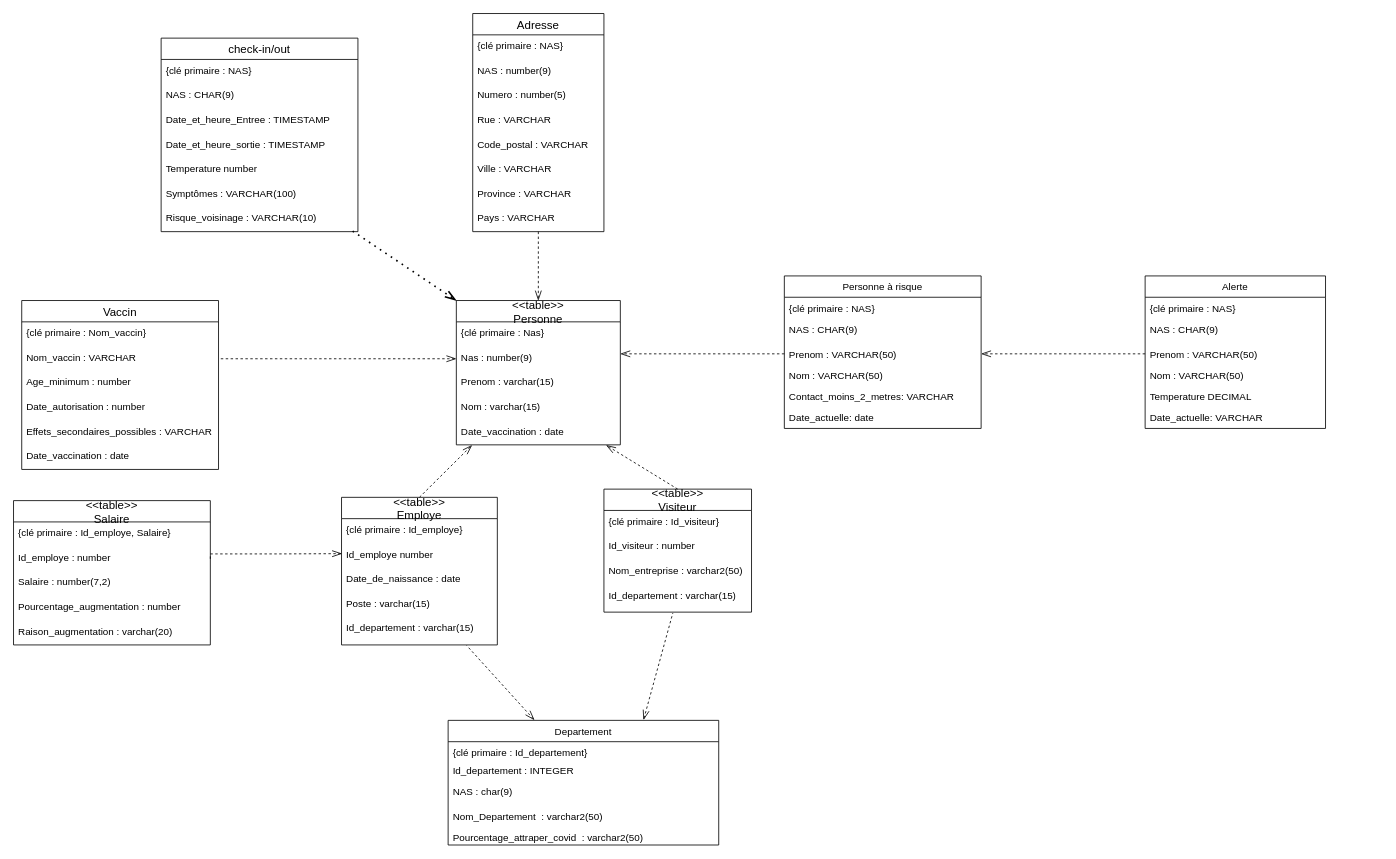
Before: DRAWIO/schema relationnel.drawio in Carl-Montpetit/database-sql, a draw.io diagram. Source tidied: cells renumbered, new cells numbered last; positions are measured from the earlier drawing's top-left corner, leaving out a move shared by most shapes. Both pictures are drawn from the tidied source at 82%, with x=0, y=0 at pixel (13, 13).
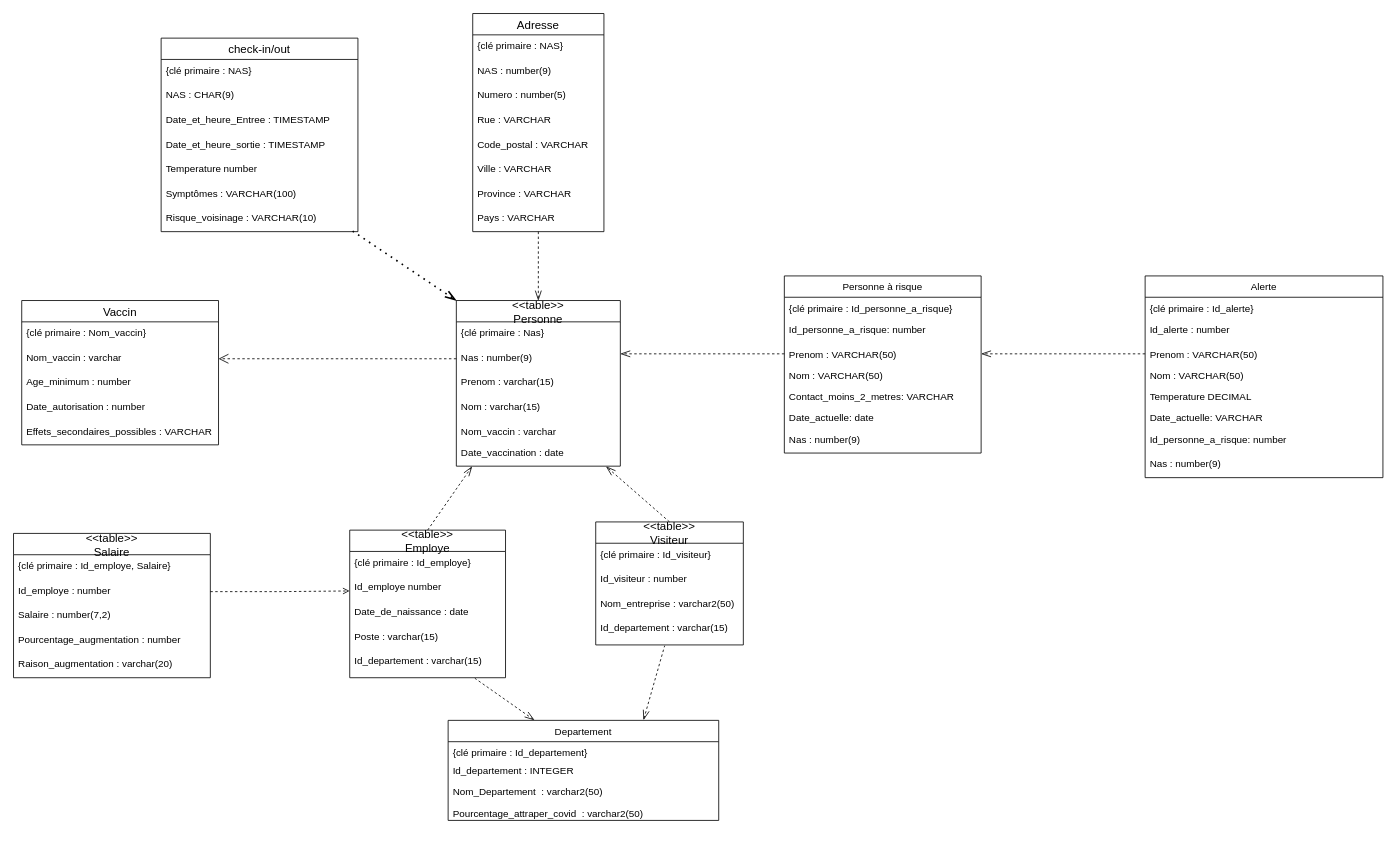
After the change.

Unchanged cells that the change refers to:
```xml
<mxCell id="11" value="Nas : number(9)" style="text;strokeColor=none;fillColor=none;spacingLeft=4;spacingRight=4;overflow=hidden;points=[[0,0.5],[1,0.5]];portConstraint=eastwest;fontSize=12;fontStyle=0;" parent="9" vertex="1">
  <mxGeometry y="56" width="200" height="30" as="geometry" />
</mxCell>
<mxCell id="17" value="Id_employe number" style="text;strokeColor=none;fillColor=none;spacingLeft=4;spacingRight=4;overflow=hidden;points=[[0,0.5],[1,0.5]];portConstraint=eastwest;fontSize=12;" parent="15" vertex="1">
  <mxGeometry y="56" width="190" height="30" as="geometry" />
</mxCell>
<mxCell id="48" value="Id_employe : number" style="text;strokeColor=none;fillColor=none;spacingLeft=4;spacingRight=4;overflow=hidden;points=[[0,0.5],[1,0.5]];portConstraint=eastwest;fontSize=12;fontStyle=0;" parent="46" vertex="1">
  <mxGeometry y="56" width="240" height="30" as="geometry" />
</mxCell>
```

Diff of the diagram source:
```diff
@@
     <mxCell id="2" value="Personne à risque" style="swimlane;fontStyle=0;horizontal=1;startSize=26;" parent="1" vertex="1">
-      <mxGeometry x="940" y="320" width="240" height="186" as="geometry" />
+      <mxGeometry x="940" y="320" width="240" height="216" as="geometry" />
     </mxCell>
-    <mxCell id="3" value="{clé primaire : NAS}" style="text;strokeColor=none;fillColor=none;align=left;verticalAlign=top;spacingLeft=4;spacingRight=4;overflow=hidden;fontStyle=0;" parent="2" vertex="1">
+    <mxCell id="3" value="{clé primaire : Id_personne_a_risque}" style="text;strokeColor=none;fillColor=none;align=left;verticalAlign=top;spacingLeft=4;spacingRight=4;overflow=hidden;fontStyle=0;" parent="2" vertex="1">
       <mxGeometry y="26" width="240" height="26" as="geometry" />
     </mxCell>
-    <mxCell id="4" value="NAS : CHAR(9)" style="text;strokeColor=none;fillColor=none;spacingLeft=4;spacingRight=4;overflow=hidden;fontSize=12;fontStyle=0;" parent="2" vertex="1">
+    <mxCell id="4" value="Id_personne_a_risque: number" style="text;strokeColor=none;fillColor=none;spacingLeft=4;spacingRight=4;overflow=hidden;fontSize=12;fontStyle=0;" parent="2" vertex="1">
       <mxGeometry y="52" width="240" height="30" as="geometry" />
     </mxCell>
@@
+    <mxCell id="80" value="Nas : number(9)" style="text;strokeColor=none;fillColor=none;spacingLeft=4;spacingRight=4;overflow=hidden;fontSize=12;fontStyle=0;" parent="2" vertex="1">
+      <mxGeometry y="186" width="240" height="30" as="geometry" />
+    </mxCell>
     <mxCell id="9" value="&lt;&lt;table&gt;&gt;&#10;Personne" style="swimlane;fontStyle=0;horizontal=1;startSize=26;align=center;fontSize=14;labelBackgroundColor=none;swimlaneLine=1;glass=0;shadow=0;" parent="1" vertex="1">
-      <mxGeometry x="540" y="350" width="200" height="176" as="geometry" />
+      <mxGeometry x="540" y="350" width="200" height="202" as="geometry" />
     </mxCell>
@@
+    <mxCell id="81" value="Nom_vaccin : varchar" style="text;strokeColor=none;fillColor=none;spacingLeft=4;spacingRight=4;overflow=hidden;fontSize=12;" parent="9" vertex="1">
+      <mxGeometry y="146" width="200" height="26" as="geometry" />
+    </mxCell>
     <mxCell id="14" value="Date_vaccination : date" style="text;strokeColor=none;fillColor=none;spacingLeft=4;spacingRight=4;overflow=hidden;points=[[0,0.5],[1,0.5]];portConstraint=eastwest;fontSize=12;" parent="9" vertex="1">
-      <mxGeometry y="146" width="200" height="30" as="geometry" />
+      <mxGeometry y="172" width="200" height="30" as="geometry" />
     </mxCell>
     <mxCell id="15" value="&lt;&lt;table&gt;&gt;&#10;Employe" style="swimlane;fontStyle=0;horizontal=1;startSize=26;align=center;fontSize=14;labelBackgroundColor=none;" parent="1" vertex="1">
-      <mxGeometry x="400" y="590" width="190" height="180" as="geometry" />
+      <mxGeometry x="410" y="630" width="190" height="180" as="geometry" />
     </mxCell>
@@
     <mxCell id="21" value="&lt;&lt;table&gt;&gt;&#10;Visiteur" style="swimlane;fontStyle=0;horizontal=1;startSize=26;align=center;fontSize=14;labelBackgroundColor=none;" parent="1" vertex="1">
-      <mxGeometry x="720" y="580" width="180" height="150" as="geometry" />
+      <mxGeometry x="710" y="620" width="180" height="150" as="geometry" />
     </mxCell>
@@
     <mxCell id="26" value="Departement" style="swimlane;fontStyle=0;horizontal=1;startSize=26;" parent="1" vertex="1">
-      <mxGeometry x="530" y="862" width="330" height="152" as="geometry" />
+      <mxGeometry x="530" y="862" width="330" height="122" as="geometry" />
     </mxCell>
@@
-    <mxCell id="29" value="NAS : char(9)" style="text;strokeColor=none;fillColor=none;spacingLeft=4;spacingRight=4;overflow=hidden;fontSize=12;fontStyle=0;" parent="26" vertex="1">
-      <mxGeometry y="74" width="330" height="30" as="geometry" />
-    </mxCell>
     <mxCell id="30" value="Nom_Departement  : varchar2(50)" style="text;strokeColor=none;fillColor=none;align=left;verticalAlign=top;spacingLeft=4;spacingRight=4;overflow=hidden;" parent="26" vertex="1">
-      <mxGeometry y="104" width="330" height="26" as="geometry" />
+      <mxGeometry y="74" width="330" height="26" as="geometry" />
     </mxCell>
     <mxCell id="31" value="Pourcentage_attraper_covid  : varchar2(50)" style="text;strokeColor=none;fillColor=none;align=left;verticalAlign=top;spacingLeft=4;spacingRight=4;overflow=hidden;" parent="26" vertex="1">
-      <mxGeometry y="130" width="330" height="22" as="geometry" />
+      <mxGeometry y="100" width="330" height="22" as="geometry" />
     </mxCell>
     <mxCell id="32" value="Alerte" style="swimlane;fontStyle=0;horizontal=1;startSize=26;strokeWidth=1;" parent="1" vertex="1">
-      <mxGeometry x="1380" y="320" width="220" height="186" as="geometry" />
+      <mxGeometry x="1380" y="320" width="290" height="246" as="geometry" />
     </mxCell>
-    <mxCell id="33" value="{clé primaire : NAS}" style="text;strokeColor=none;fillColor=none;align=left;verticalAlign=top;spacingLeft=4;spacingRight=4;overflow=hidden;fontStyle=0;" parent="32" vertex="1">
-      <mxGeometry y="26" width="220" height="26" as="geometry" />
+    <mxCell id="33" value="{clé primaire : Id_alerte}" style="text;strokeColor=none;fillColor=none;align=left;verticalAlign=top;spacingLeft=4;spacingRight=4;overflow=hidden;fontStyle=0;" parent="32" vertex="1">
+      <mxGeometry y="26" width="290" height="26" as="geometry" />
     </mxCell>
-    <mxCell id="34" value="NAS : CHAR(9)" style="text;strokeColor=none;fillColor=none;spacingLeft=4;spacingRight=4;overflow=hidden;fontSize=12;fontStyle=0;" parent="32" vertex="1">
-      <mxGeometry y="52" width="220" height="30" as="geometry" />
+    <mxCell id="34" value="Id_alerte : number" style="text;strokeColor=none;fillColor=none;spacingLeft=4;spacingRight=4;overflow=hidden;fontSize=12;fontStyle=0;" parent="32" vertex="1">
+      <mxGeometry y="52" width="290" height="30" as="geometry" />
     </mxCell>
     <mxCell id="35" value="Prenom : VARCHAR(50)" style="text;strokeColor=none;fillColor=none;align=left;verticalAlign=top;spacingLeft=4;spacingRight=4;overflow=hidden;points=[[0,0.5],[1,0.5]];portConstraint=eastwest;" parent="32" vertex="1">
-      <mxGeometry y="82" width="220" height="26" as="geometry" />
+      <mxGeometry y="82" width="290" height="26" as="geometry" />
     </mxCell>
     <mxCell id="36" value="Nom : VARCHAR(50)" style="text;strokeColor=none;fillColor=none;align=left;verticalAlign=top;spacingLeft=4;spacingRight=4;overflow=hidden;" parent="32" vertex="1">
-      <mxGeometry y="108" width="220" height="26" as="geometry" />
+      <mxGeometry y="108" width="290" height="26" as="geometry" />
     </mxCell>
     <mxCell id="37" value="Temperature DECIMAL" style="text;strokeColor=none;fillColor=none;align=left;verticalAlign=top;spacingLeft=4;spacingRight=4;overflow=hidden;" parent="32" vertex="1">
-      <mxGeometry y="134" width="220" height="26" as="geometry" />
+      <mxGeometry y="134" width="290" height="26" as="geometry" />
     </mxCell>
     <mxCell id="38" value="Date_actuelle: VARCHAR" style="text;strokeColor=none;fillColor=none;align=left;verticalAlign=top;spacingLeft=4;spacingRight=4;overflow=hidden;" parent="32" vertex="1">
-      <mxGeometry y="160" width="220" height="26" as="geometry" />
+      <mxGeometry y="160" width="290" height="26" as="geometry" />
     </mxCell>
+    <mxCell id="82" value="Id_personne_a_risque: number" style="text;strokeColor=none;fillColor=none;spacingLeft=4;spacingRight=4;overflow=hidden;fontSize=12;fontStyle=0;" parent="32" vertex="1">
+      <mxGeometry y="186" width="290" height="30" as="geometry" />
+    </mxCell>
+    <mxCell id="83" value="Nas : number(9)" style="text;strokeColor=none;fillColor=none;spacingLeft=4;spacingRight=4;overflow=hidden;fontSize=12;fontStyle=0;" parent="32" vertex="1">
+      <mxGeometry y="216" width="290" height="30" as="geometry" />
+    </mxCell>
     <mxCell id="39" value="Vaccin" style="swimlane;fontStyle=0;horizontal=1;startSize=26;align=center;fontSize=14;labelBackgroundColor=none;" parent="1" vertex="1">
-      <mxGeometry x="10" y="350" width="240" height="206" as="geometry" />
+      <mxGeometry x="10" y="350" width="240" height="176" as="geometry" />
     </mxCell>
@@
-    <mxCell id="41" value="Nom_vaccin : VARCHAR" style="text;strokeColor=none;fillColor=none;spacingLeft=4;spacingRight=4;overflow=hidden;points=[[0,0.5],[1,0.5]];portConstraint=eastwest;fontSize=12;fontStyle=0;" parent="39" vertex="1">
+    <mxCell id="41" value="Nom_vaccin : varchar" style="text;strokeColor=none;fillColor=none;spacingLeft=4;spacingRight=4;overflow=hidden;points=[[0,0.5],[1,0.5]];portConstraint=eastwest;fontSize=12;fontStyle=0;" parent="39" vertex="1">
       <mxGeometry y="56" width="240" height="30" as="geometry" />
     </mxCell>
@@
-    <mxCell id="45" value="Date_vaccination : date" style="text;strokeColor=none;fillColor=none;spacingLeft=4;spacingRight=4;overflow=hidden;fontSize=12;" parent="39" vertex="1">
-      <mxGeometry y="176" width="240" height="30" as="geometry" />
-    </mxCell>
     <mxCell id="46" value="&lt;&lt;table&gt;&gt;&#10;Salaire" style="swimlane;fontStyle=0;horizontal=1;startSize=26;align=center;fontSize=14;strokeWidth=1;" parent="1" vertex="1">
-      <mxGeometry y="594" width="240" height="176" as="geometry" />
+      <mxGeometry y="634" width="240" height="176" as="geometry" />
     </mxCell>
@@
-    <mxCell id="65" style="edgeStyle=orthogonalEdgeStyle;rounded=0;jumpSize=17;jettySize=auto;html=1;exitX=1;exitY=0.5;exitDx=0;exitDy=0;entryX=0.003;entryY=0.423;entryDx=0;entryDy=0;dashed=1;startArrow=none;startFill=0;endArrow=openThin;endFill=0;endSize=10;targetPerimeterSpacing=0;entryPerimeter=0;" parent="1" edge="1" source="48" target="17">
-      <mxGeometry relative="1" as="geometry">
-        <Array as="points">
-          <mxPoint x="240" y="659" />
-          <mxPoint x="324" y="659" />
-        </Array>
-      </mxGeometry>
-    </mxCell>
@@
-    <mxCell id="68" style="edgeStyle=orthogonalEdgeStyle;rounded=0;jumpSize=17;jettySize=auto;html=1;exitX=0;exitY=0.5;exitDx=0;exitDy=0;entryX=1;entryY=0.5;entryDx=0;entryDy=0;dashed=1;fontColor=#000000;startArrow=openThin;startFill=0;endArrow=none;endFill=0;endSize=10;targetPerimeterSpacing=0;startSize=10;" parent="1" edge="1" source="11" target="41">
+    <mxCell id="68" style="edgeStyle=orthogonalEdgeStyle;rounded=0;jumpSize=17;jettySize=auto;html=1;exitX=0;exitY=0.5;exitDx=0;exitDy=0;entryX=1;entryY=0.5;entryDx=0;entryDy=0;dashed=1;fontColor=#000000;startArrow=none;startFill=0;endArrow=open;endFill=0;endSize=10;targetPerimeterSpacing=0;startSize=10;" parent="1" edge="1" source="11" target="41">
       <mxGeometry relative="1" as="geometry" />
     </mxCell>
@@
+    <mxCell id="65" style="edgeStyle=orthogonalEdgeStyle;rounded=0;jettySize=auto;html=1;exitX=1;exitY=0.5;exitDx=0;exitDy=0;entryX=-0.001;entryY=0.606;entryDx=0;entryDy=0;entryPerimeter=0;startArrow=none;startFill=0;endArrow=open;endFill=0;dashed=1;" parent="1" edge="1" source="48" target="17">
+      <mxGeometry relative="1" as="geometry" />
+    </mxCell>
```
